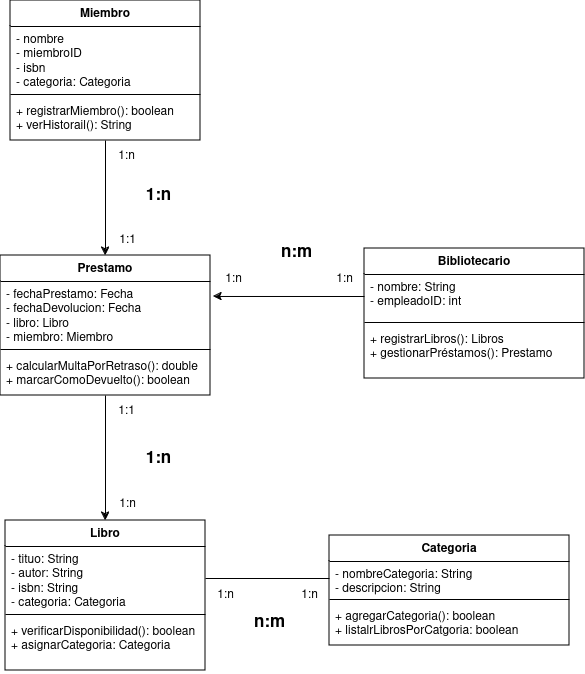
The draw.io diagram ejercicio2.drawio.png in alvarogrlp/diagramas-clases, before a commit. Source tidied: cells renumbered, new cells last; positions are measured from the earlier drawing's top-left corner, leaving out a move shared by most shapes.
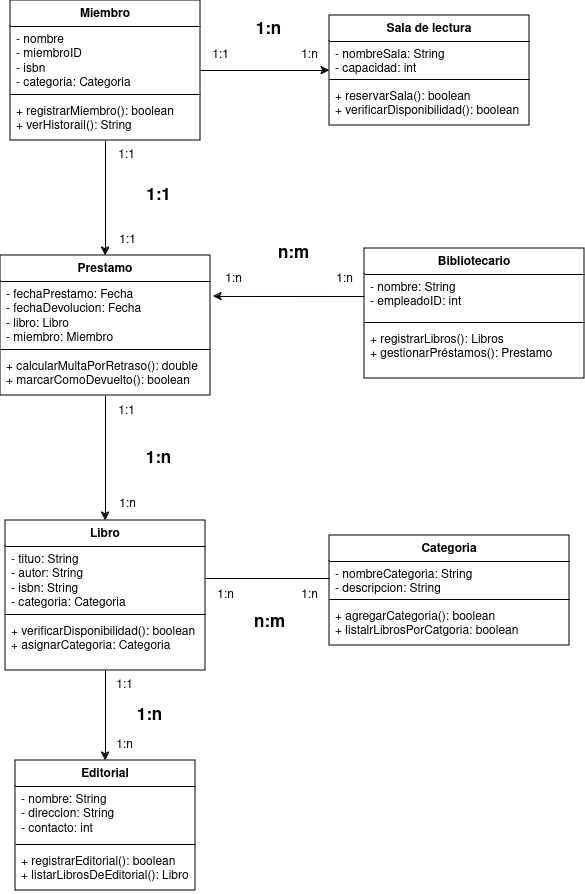
The same file after the commit.

Diff of the diagram source:
```diff
@@ -14,6 +14,9 @@
     <mxCell id="5" value="&lt;div&gt;+ agregarCategoria(): boolean&lt;/div&gt;&lt;div&gt;+ listalrLibrosPorCatgoria: boolean&lt;br&gt;&lt;/div&gt;" style="text;strokeColor=none;fillColor=none;align=left;verticalAlign=top;spacingLeft=4;spacingRight=4;overflow=hidden;whiteSpace=wrap;html=1;" parent="2" vertex="1">
       <mxGeometry y="68" width="240" height="42" as="geometry" />
     </mxCell>
+    <mxCell id="38" style="edgeStyle=orthogonalEdgeStyle;rounded=0;jettySize=auto;html=1;exitX=0.5;exitY=1;exitDx=0;exitDy=0;entryX=0.5;entryY=0;entryDx=0;entryDy=0;" parent="1" edge="1" source="6" target="44">
+      <mxGeometry relative="1" as="geometry" />
+    </mxCell>
     <mxCell id="6" value="Libro" style="swimlane;fontStyle=1;align=center;verticalAlign=top;horizontal=1;startSize=26;whiteSpace=wrap;html=1;" parent="1" vertex="1">
       <mxGeometry x="5" y="520" width="200" height="150" as="geometry" />
     </mxCell>
@@ -29,6 +32,9 @@
     <mxCell id="10" style="edgeStyle=orthogonalEdgeStyle;rounded=0;jettySize=auto;html=1;exitX=0.5;exitY=1;exitDx=0;exitDy=0;entryX=0.5;entryY=0;entryDx=0;entryDy=0;" parent="1" edge="1" source="11" target="19">
       <mxGeometry relative="1" as="geometry" />
     </mxCell>
+    <mxCell id="39" style="edgeStyle=orthogonalEdgeStyle;rounded=0;jettySize=auto;html=1;exitX=1;exitY=0.5;exitDx=0;exitDy=0;entryX=0;entryY=0.5;entryDx=0;entryDy=0;" parent="1" edge="1" source="11" target="40">
+      <mxGeometry relative="1" as="geometry" />
+    </mxCell>
     <mxCell id="11" value="Miembro" style="swimlane;fontStyle=1;align=center;verticalAlign=top;horizontal=1;startSize=26;whiteSpace=wrap;html=1;" parent="1" vertex="1">
       <mxGeometry x="10" width="190" height="140" as="geometry" />
     </mxCell>
@@ -99,16 +105,58 @@
       <mxGeometry x="324" y="264" width="40" height="30" as="geometry" />
     </mxCell>
     <mxCell id="34" value="&lt;font style=&quot;font-size: 17px;&quot;&gt;&lt;b&gt;n:m&lt;/b&gt;&lt;/font&gt;" style="text;html=1;align=center;verticalAlign=middle;strokeColor=none;fillColor=none;strokeWidth=3;" parent="1" vertex="1">
-      <mxGeometry x="271" y="237" width="50" height="30" as="geometry" />
+      <mxGeometry x="268" y="238" width="50" height="30" as="geometry" />
     </mxCell>
-    <mxCell id="35" value="1:n" style="text;html=1;align=center;verticalAlign=middle;strokeColor=none;fillColor=none;" parent="1" vertex="1">
-      <mxGeometry x="106" y="141" width="40" height="30" as="geometry" />
+    <mxCell id="35" value="1:1" style="text;html=1;align=center;verticalAlign=middle;strokeColor=none;fillColor=none;" parent="1" vertex="1">
+      <mxGeometry x="200" y="40" width="40" height="30" as="geometry" />
     </mxCell>
     <mxCell id="36" value="1:1" style="text;html=1;align=center;verticalAlign=middle;strokeColor=none;fillColor=none;" parent="1" vertex="1">
       <mxGeometry x="107" y="225" width="40" height="30" as="geometry" />
     </mxCell>
-    <mxCell id="37" value="&lt;font style=&quot;font-size: 17px;&quot;&gt;&lt;b&gt;1:n&lt;/b&gt;&lt;/font&gt;" style="text;html=1;align=center;verticalAlign=middle;strokeColor=none;fillColor=none;strokeWidth=3;" parent="1" vertex="1">
+    <mxCell id="37" value="&lt;font style=&quot;font-size: 17px;&quot;&gt;&lt;b&gt;1:1&lt;/b&gt;&lt;/font&gt;" style="text;html=1;align=center;verticalAlign=middle;strokeColor=none;fillColor=none;strokeWidth=3;" parent="1" vertex="1">
       <mxGeometry x="133" y="180" width="50" height="30" as="geometry" />
     </mxCell>
+    <mxCell id="40" value="Sala de lectura" style="swimlane;fontStyle=1;align=center;verticalAlign=top;horizontal=1;startSize=26;whiteSpace=wrap;html=1;" parent="1" vertex="1">
+      <mxGeometry x="329" y="15" width="200" height="110" as="geometry" />
+    </mxCell>
+    <mxCell id="41" value="&lt;div&gt;- nombreSala: String&lt;/div&gt;&lt;div&gt;- capacidad: int&lt;br&gt;&lt;/div&gt;" style="text;strokeColor=none;fillColor=none;align=left;verticalAlign=top;spacingLeft=4;spacingRight=4;overflow=hidden;whiteSpace=wrap;html=1;" parent="40" vertex="1">
+      <mxGeometry y="26" width="200" height="34" as="geometry" />
+    </mxCell>
+    <mxCell id="42" style="line;strokeWidth=1;fillColor=none;align=left;verticalAlign=middle;spacingTop=-1;spacingLeft=3;spacingRight=3;labelPosition=right;strokeColor=inherit;" parent="40" vertex="1">
+      <mxGeometry y="60" width="200" height="8" as="geometry" />
+    </mxCell>
+    <mxCell id="43" value="&lt;div&gt;+ reservarSala(): boolean&lt;/div&gt;&lt;div&gt;+ verificarDisponibilidad(): boolean&lt;br&gt;&lt;/div&gt;" style="text;strokeColor=none;fillColor=none;align=left;verticalAlign=top;spacingLeft=4;spacingRight=4;overflow=hidden;whiteSpace=wrap;html=1;" parent="40" vertex="1">
+      <mxGeometry y="68" width="200" height="42" as="geometry" />
+    </mxCell>
+    <mxCell id="44" value="Editorial" style="swimlane;fontStyle=1;align=center;verticalAlign=top;horizontal=1;startSize=26;whiteSpace=wrap;html=1;" parent="1" vertex="1">
+      <mxGeometry x="15" y="760" width="180" height="130" as="geometry" />
+    </mxCell>
+    <mxCell id="45" value="&lt;div&gt;- nombre: String&lt;/div&gt;&lt;div&gt;- direccion: String&lt;/div&gt;&lt;div&gt;- contacto: int&lt;br&gt;&lt;/div&gt;" style="text;strokeColor=none;fillColor=none;align=left;verticalAlign=top;spacingLeft=4;spacingRight=4;overflow=hidden;whiteSpace=wrap;html=1;" parent="44" vertex="1">
+      <mxGeometry y="26" width="180" height="54" as="geometry" />
+    </mxCell>
+    <mxCell id="46" style="line;strokeWidth=1;fillColor=none;align=left;verticalAlign=middle;spacingTop=-1;spacingLeft=3;spacingRight=3;labelPosition=right;strokeColor=inherit;" parent="44" vertex="1">
+      <mxGeometry y="80" width="180" height="8" as="geometry" />
+    </mxCell>
+    <mxCell id="47" value="&lt;div&gt;+ registrarEditorial(): boolean&lt;/div&gt;&lt;div&gt;+ listarLibrosDeEditorial(): Libro&lt;br&gt;&lt;/div&gt;" style="text;strokeColor=none;fillColor=none;align=left;verticalAlign=top;spacingLeft=4;spacingRight=4;overflow=hidden;whiteSpace=wrap;html=1;" parent="44" vertex="1">
+      <mxGeometry y="88" width="180" height="42" as="geometry" />
+    </mxCell>
+    <mxCell id="48" value="1:n" style="text;html=1;align=center;verticalAlign=middle;strokeColor=none;fillColor=none;" parent="1" vertex="1">
+      <mxGeometry x="289" y="40" width="40" height="30" as="geometry" />
+    </mxCell>
+    <mxCell id="49" value="&lt;font style=&quot;font-size: 17px;&quot;&gt;&lt;b&gt;1:n&lt;/b&gt;&lt;/font&gt;" style="text;html=1;align=center;verticalAlign=middle;strokeColor=none;fillColor=none;strokeWidth=3;" parent="1" vertex="1">
+      <mxGeometry x="243" y="14" width="50" height="30" as="geometry" />
+    </mxCell>
+    <mxCell id="50" value="1:1" style="text;html=1;align=center;verticalAlign=middle;strokeColor=none;fillColor=none;" parent="1" vertex="1">
+      <mxGeometry x="106" y="140" width="40" height="30" as="geometry" />
+    </mxCell>
+    <mxCell id="51" value="1:1" style="text;html=1;align=center;verticalAlign=middle;strokeColor=none;fillColor=none;" parent="1" vertex="1">
+      <mxGeometry x="104" y="670" width="40" height="30" as="geometry" />
+    </mxCell>
+    <mxCell id="52" value="1:n" style="text;html=1;align=center;verticalAlign=middle;strokeColor=none;fillColor=none;" parent="1" vertex="1">
+      <mxGeometry x="104" y="730" width="40" height="30" as="geometry" />
+    </mxCell>
+    <mxCell id="53" value="&lt;font style=&quot;font-size: 17px;&quot;&gt;&lt;b&gt;1:n&lt;/b&gt;&lt;/font&gt;" style="text;html=1;align=center;verticalAlign=middle;strokeColor=none;fillColor=none;strokeWidth=3;" parent="1" vertex="1">
+      <mxGeometry x="124" y="700" width="50" height="30" as="geometry" />
+    </mxCell>
   </root>
 </mxGraphModel>
```
